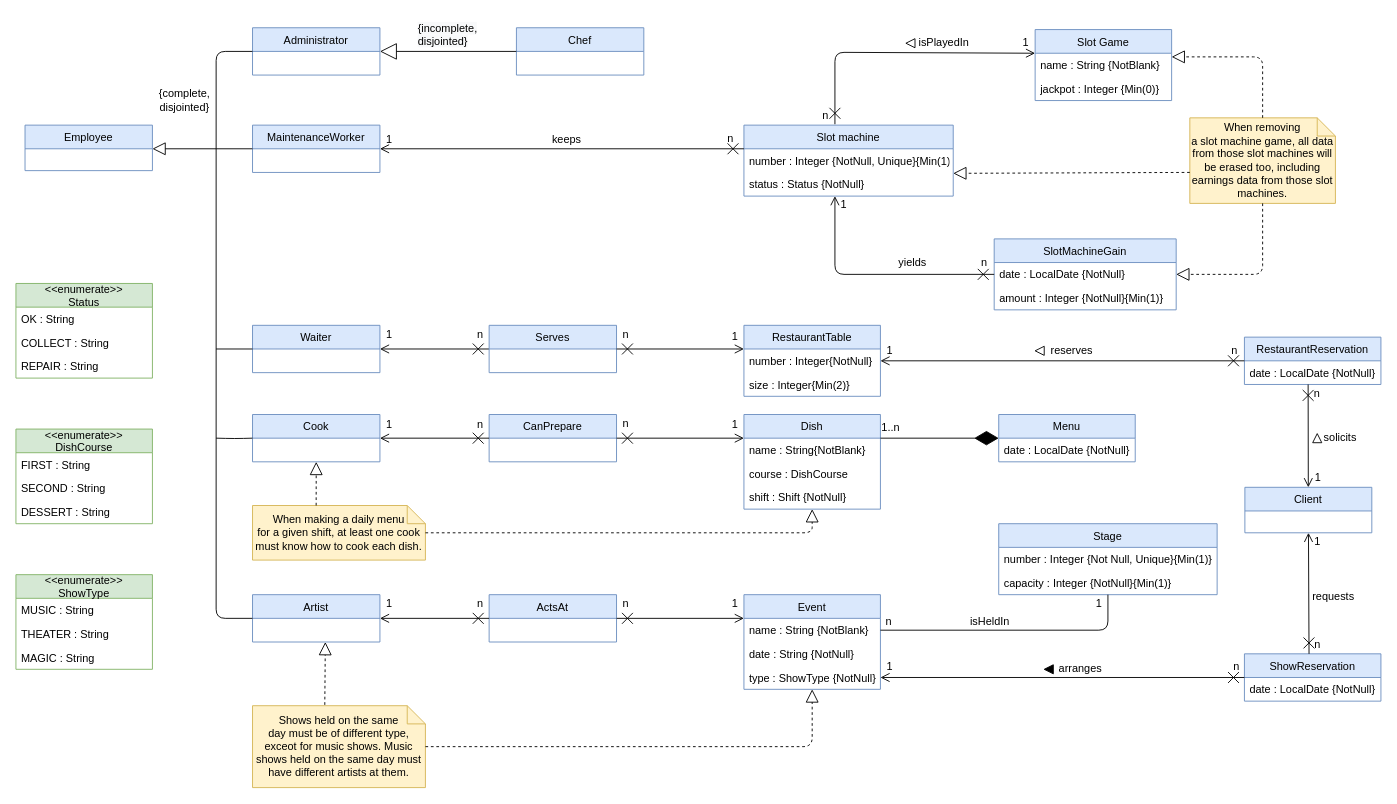
gii-is-DP1/dp1-2020-g1-07 keeps this draw.io diagram as page "V2-Restaurante,Slots,Shows" (2 of 3) of uml/Domain Model.drawio. Above is the earlier version. Source tidied: cells renumbered, new cells numbered last; positions are measured from the earlier drawing's top-left corner, leaving out a move shared by most shapes. Both pictures are drawn from the tidied source at 91%, with x=0, y=0 at pixel (15, 15).
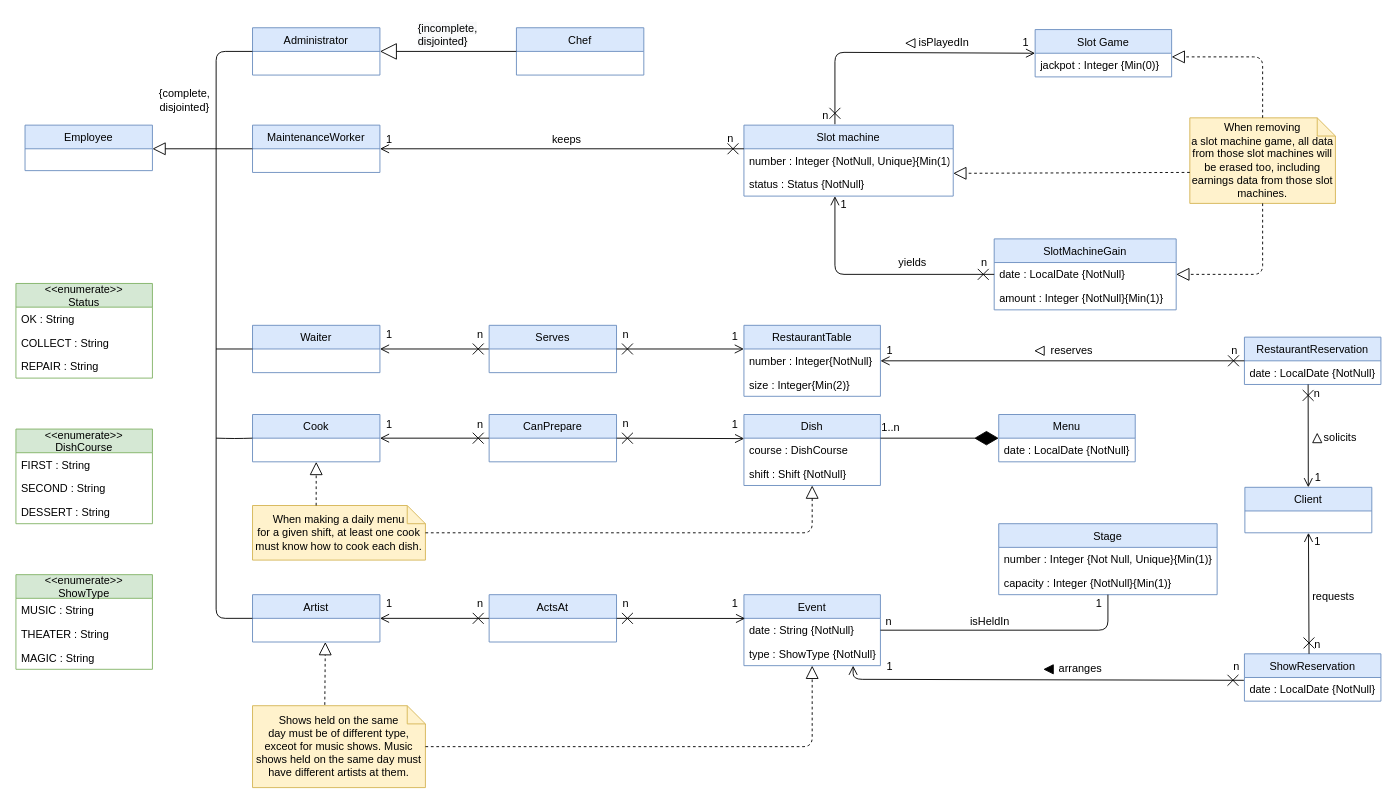
The same diagram, later.

The change refers to these unchanged cells:
```xml
<mxCell id="18" value="Stage" style="swimlane;fontStyle=0;horizontal=1;startSize=26;fillColor=#dae8fc;strokeColor=#6c8ebf;" parent="1" vertex="1">
  <mxGeometry x="1080" y="558" width="240" height="78" as="geometry" />
</mxCell>
<mxCell id="39" value="ShowReservation" style="swimlane;fontStyle=0;horizontal=1;startSize=26;fillColor=#dae8fc;strokeColor=#6c8ebf;" parent="1" vertex="1">
  <mxGeometry x="1350" y="701" width="150" height="52" as="geometry" />
</mxCell>
<mxCell id="40" value="date : LocalDate {NotNull}" style="text;strokeColor=none;fillColor=none;align=left;verticalAlign=top;spacingLeft=4;spacingRight=4;overflow=hidden;points=[[0,0.5],[1,0.5]];portConstraint=eastwest;" parent="39" vertex="1">
  <mxGeometry y="26" width="150" height="26" as="geometry" />
</mxCell>
<mxCell id="81" value="&lt;p&gt;When removing a&amp;nbsp;&lt;span&gt;slot&amp;nbsp;&lt;/span&gt;&lt;span&gt;machine game, all data from those slot machines will be erased too, including earnings data from those slot machines.&lt;/span&gt;&lt;/p&gt;" style="shape=note;size=20;whiteSpace=wrap;html=1;fillColor=#fff2cc;strokeColor=#d6b656;" parent="1" vertex="1">
  <mxGeometry x="1290" y="112" width="160" height="94" as="geometry" />
</mxCell>
<mxCell id="116" value="CanPrepare" style="swimlane;fontStyle=0;horizontal=1;startSize=26;fillColor=#dae8fc;strokeColor=#6c8ebf;" parent="1" vertex="1">
  <mxGeometry x="520" y="438" width="140" height="52" as="geometry" />
</mxCell>
<mxCell id="122" value="ActsAt" style="swimlane;fontStyle=0;horizontal=1;startSize=26;fillColor=#dae8fc;strokeColor=#6c8ebf;" parent="1" vertex="1">
  <mxGeometry x="520" y="636" width="140" height="52" as="geometry" />
</mxCell>
```

Change to the diagram source:
```diff
@@
     <mxCell id="4" value="Event" style="swimlane;fontStyle=0;horizontal=1;startSize=26;fillColor=#dae8fc;strokeColor=#6c8ebf;" parent="1" vertex="1">
-      <mxGeometry x="800" y="636" width="150" height="104" as="geometry" />
+      <mxGeometry x="800" y="636" width="150" height="78" as="geometry" />
     </mxCell>
-    <mxCell id="5" value="name : String {NotBlank}" style="text;strokeColor=none;fillColor=none;align=left;verticalAlign=top;spacingLeft=4;spacingRight=4;overflow=hidden;points=[[0,0.5],[1,0.5]];portConstraint=eastwest;" parent="4" vertex="1">
-      <mxGeometry y="26" width="150" height="26" as="geometry" />
-    </mxCell>
     <mxCell id="6" value="date : String {NotNull}" style="text;strokeColor=none;fillColor=none;align=left;verticalAlign=top;spacingLeft=4;spacingRight=4;overflow=hidden;points=[[0,0.5],[1,0.5]];portConstraint=eastwest;" parent="4" vertex="1">
-      <mxGeometry y="52" width="150" height="26" as="geometry" />
+      <mxGeometry y="26" width="150" height="26" as="geometry" />
     </mxCell>
     <mxCell id="7" value="type : ShowType {NotNull}" style="text;strokeColor=none;fillColor=none;align=left;verticalAlign=top;spacingLeft=4;spacingRight=4;overflow=hidden;points=[[0,0.5],[1,0.5]];portConstraint=eastwest;" parent="4" vertex="1">
-      <mxGeometry y="78" width="150" height="26" as="geometry" />
+      <mxGeometry y="52" width="150" height="26" as="geometry" />
     </mxCell>
@@
     <mxCell id="11" value="Dish" style="swimlane;fontStyle=0;horizontal=1;startSize=26;fillColor=#dae8fc;strokeColor=#6c8ebf;" parent="1" vertex="1">
-      <mxGeometry x="800" y="438" width="150" height="104" as="geometry" />
+      <mxGeometry x="800" y="438" width="150" height="78" as="geometry" />
     </mxCell>
-    <mxCell id="12" value="name : String{NotBlank}" style="text;strokeColor=none;fillColor=none;align=left;verticalAlign=top;spacingLeft=4;spacingRight=4;overflow=hidden;" parent="11" vertex="1">
-      <mxGeometry y="26" width="150" height="26" as="geometry" />
-    </mxCell>
     <mxCell id="13" value="course : DishCourse" style="text;strokeColor=none;fillColor=none;align=left;verticalAlign=top;spacingLeft=4;spacingRight=4;overflow=hidden;points=[[0,0.5],[1,0.5]];portConstraint=eastwest;" parent="11" vertex="1">
-      <mxGeometry y="52" width="150" height="26" as="geometry" />
+      <mxGeometry y="26" width="150" height="26" as="geometry" />
     </mxCell>
     <mxCell id="14" value="shift : Shift {NotNull}" style="text;strokeColor=none;fillColor=none;align=left;verticalAlign=top;spacingLeft=4;spacingRight=4;overflow=hidden;" parent="11" vertex="1">
-      <mxGeometry y="78" width="150" height="26" as="geometry" />
+      <mxGeometry y="52" width="150" height="26" as="geometry" />
     </mxCell>
@@
-    <mxCell id="56" style="endArrow=open;html=1;entryX=1;entryY=0.5;entryDx=0;entryDy=0;endFill=0;endSize=8;startFill=0;startArrow=cross;startSize=10;" parent="1" edge="1" source="39" target="7">
-      <mxGeometry relative="1" as="geometry" />
+    <mxCell id="56" style="endArrow=open;html=1;endFill=0;endSize=8;startFill=0;startArrow=cross;startSize=10;entryX=0.8;entryY=1;entryDx=0;entryDy=0;entryPerimeter=0;exitX=-0.004;exitY=0.119;exitDx=0;exitDy=0;exitPerimeter=0;" parent="1" edge="1" source="40" target="7">
+      <mxGeometry relative="1" as="geometry">
+        <Array as="points">
+          <mxPoint x="920" y="729" />
+        </Array>
+      </mxGeometry>
     </mxCell>
@@
-    <mxCell id="67" style="endArrow=open;html=1;entryX=0;entryY=0;entryDx=0;entryDy=0;entryPerimeter=0;endFill=0;endSize=8;startFill=0;startArrow=cross;startSize=10;" parent="1" edge="1" target="79">
+    <mxCell id="67" style="endArrow=open;html=1;entryX=0;entryY=0;entryDx=0;entryDy=0;entryPerimeter=0;endFill=0;endSize=8;startFill=0;startArrow=cross;startSize=10;" parent="1" edge="1">
       <mxGeometry relative="1" as="geometry">
         <mxPoint x="900" y="119" as="sourcePoint" />
+        <mxPoint x="1120" y="41" as="targetPoint" />
         <Array as="points">
           <mxPoint x="900" y="40" />
         </Array>
       </mxGeometry>
     </mxCell>
@@
     <mxCell id="78" value="Slot Game" style="swimlane;fontStyle=0;horizontal=1;startSize=26;fillColor=#dae8fc;strokeColor=#6c8ebf;" parent="1" vertex="1">
-      <mxGeometry x="1120" y="15" width="150" height="78" as="geometry" />
+      <mxGeometry x="1120" y="15" width="150" height="52" as="geometry" />
     </mxCell>
-    <mxCell id="79" value="name : String {NotBlank}" style="text;strokeColor=none;fillColor=none;align=left;verticalAlign=top;spacingLeft=4;spacingRight=4;overflow=hidden;points=[[0,0.5],[1,0.5]];portConstraint=eastwest;" parent="78" vertex="1">
-      <mxGeometry y="26" width="150" height="26" as="geometry" />
-    </mxCell>
     <mxCell id="80" value="jackpot : Integer {Min(0)}" style="text;strokeColor=none;fillColor=none;align=left;verticalAlign=top;spacingLeft=4;spacingRight=4;overflow=hidden;" parent="78" vertex="1">
-      <mxGeometry y="52" width="150" height="26" as="geometry" />
+      <mxGeometry y="26" width="150" height="26" as="geometry" />
     </mxCell>
@@
-    <mxCell id="85" style="endArrow=block;dashed=1;endFill=0;endSize=12;html=1;entryX=1;entryY=0.154;entryDx=0;entryDy=0;entryPerimeter=0;" parent="1" edge="1" source="81" target="79">
+    <mxCell id="85" style="endArrow=block;dashed=1;endFill=0;endSize=12;html=1;entryX=1;entryY=0.154;entryDx=0;entryDy=0;entryPerimeter=0;" parent="1" edge="1" source="81">
       <mxGeometry relative="1" as="geometry">
+        <mxPoint x="1270" y="45" as="targetPoint" />
         <Array as="points">
           <mxPoint x="1370" y="45" />
         </Array>
       </mxGeometry>
     </mxCell>
@@
-    <mxCell id="100" style="endArrow=none;html=1;exitX=1;exitY=0.5;exitDx=0;exitDy=0;" parent="1" edge="1" source="5" target="18">
+    <mxCell id="100" style="endArrow=none;html=1;exitX=1;exitY=0.5;exitDx=0;exitDy=0;" parent="1" edge="1" target="18">
       <mxGeometry relative="1" as="geometry">
+        <mxPoint x="950" y="675" as="sourcePoint" />
         <Array as="points">
           <mxPoint x="1200" y="675" />
         </Array>
       </mxGeometry>
     </mxCell>
@@
-    <mxCell id="118" style="endArrow=open;html=1;exitX=1;exitY=0.5;exitDx=0;exitDy=0;endFill=0;endSize=8;startFill=0;startArrow=cross;startSize=10;entryX=0;entryY=0.25;entryDx=0;entryDy=0;" parent="1" edge="1" source="116" target="11">
+    <mxCell id="118" style="endArrow=open;html=1;exitX=1;exitY=0.5;exitDx=0;exitDy=0;endFill=0;endSize=8;startFill=0;startArrow=cross;startSize=10;entryX=0.002;entryY=0.018;entryDx=0;entryDy=0;entryPerimeter=0;" parent="1" edge="1" source="116" target="13">
       <mxGeometry relative="1" as="geometry" />
     </mxCell>
@@
-    <mxCell id="123" style="endArrow=open;html=1;exitX=1;exitY=0.5;exitDx=0;exitDy=0;endFill=0;endSize=8;startFill=0;startArrow=cross;startSize=10;entryX=0;entryY=0.25;entryDx=0;entryDy=0;" parent="1" edge="1" source="122" target="4">
+    <mxCell id="123" style="endArrow=open;html=1;exitX=1;exitY=0.5;exitDx=0;exitDy=0;endFill=0;endSize=8;startFill=0;startArrow=cross;startSize=10;entryX=0.009;entryY=0.005;entryDx=0;entryDy=0;entryPerimeter=0;" parent="1" edge="1" source="122" target="6">
       <mxGeometry relative="1" as="geometry" />
     </mxCell>
```
